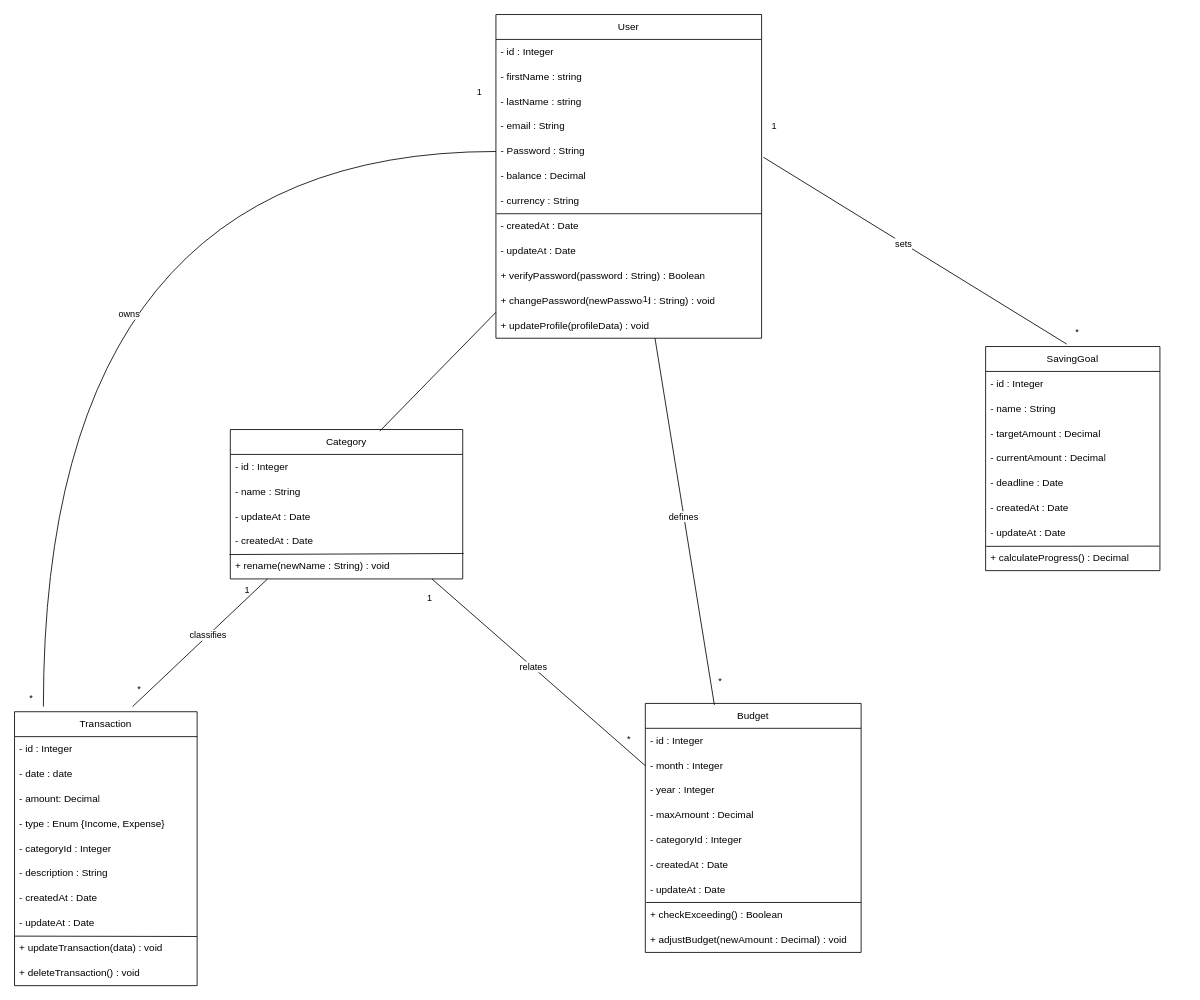
Before: Diagrammes UML/Diagramme de classes.dio in jaafarhamza/FinTrack, a draw.io diagram. Source tidied: cells renumbered, new cells numbered last; positions are measured from the earlier drawing's top-left corner, leaving out a move shared by most shapes. Both pictures are drawn from the tidied source at 83%, with x=0, y=0 at pixel (14, 14).
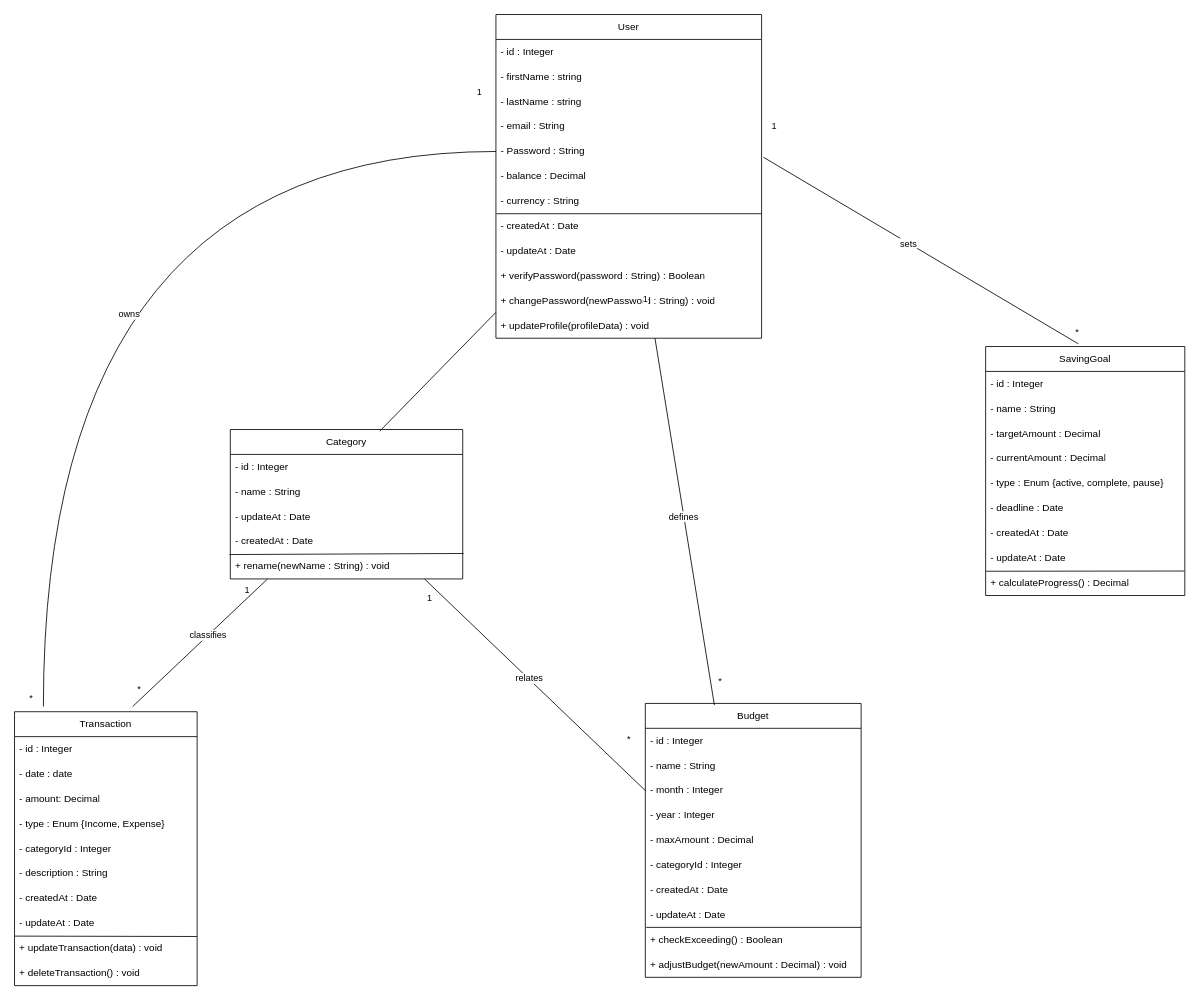
The same diagram, later.

The change refers to these unchanged cells:
```xml
<mxCell id="16" value="Category" style="swimlane;fontStyle=0;horizontal=1;startSize=30;whiteSpace=wrap;html=1;" parent="1" vertex="1">
  <mxGeometry x="260" y="500" width="280" height="180" as="geometry" />
</mxCell>
```

What changed in the source:
```diff
@@
-    <mxCell id="18" value="- name : String" style="text;strokeColor=none;fillColor=none;align=left;verticalAlign=middle;spacingLeft=4;spacingRight=4;overflow=hidden;whiteSpace=wrap;html=1;" parent="16" vertex="1">
-      <mxGeometry y="60" width="280" height="30" as="geometry" />
-    </mxCell>
+    <mxCell id="77" value="- name : String" style="text;strokeColor=none;fillColor=none;align=left;verticalAlign=middle;spacingLeft=4;spacingRight=4;overflow=hidden;whiteSpace=wrap;html=1;" parent="16" vertex="1">
+      <mxGeometry y="60" width="280" height="30" as="geometry" />
+    </mxCell>
@@
     <mxCell id="35" value="Budget" style="swimlane;fontStyle=0;horizontal=1;startSize=30;whiteSpace=wrap;html=1;" parent="1" vertex="1">
-      <mxGeometry x="760" y="830" width="260" height="300" as="geometry" />
+      <mxGeometry x="760" y="830" width="260" height="330" as="geometry" />
     </mxCell>
@@
+    <mxCell id="18" value="- name : String" style="text;strokeColor=none;fillColor=none;align=left;verticalAlign=middle;spacingLeft=4;spacingRight=4;overflow=hidden;whiteSpace=wrap;html=1;" parent="35" vertex="1">
+      <mxGeometry y="60" width="260" height="30" as="geometry" />
+    </mxCell>
     <mxCell id="37" value="- month : Integer" style="text;strokeColor=none;fillColor=none;align=left;verticalAlign=middle;spacingLeft=4;spacingRight=4;overflow=hidden;points=[[0,0.5],[1,0.5]];portConstraint=eastwest;whiteSpace=wrap;html=1;" parent="35" vertex="1">
-      <mxGeometry y="60" width="260" height="30" as="geometry" />
+      <mxGeometry y="90" width="260" height="30" as="geometry" />
     </mxCell>
     <mxCell id="38" value="- year : Integer" style="text;strokeColor=none;fillColor=none;align=left;verticalAlign=middle;spacingLeft=4;spacingRight=4;overflow=hidden;whiteSpace=wrap;html=1;" parent="35" vertex="1">
-      <mxGeometry y="90" width="260" height="30" as="geometry" />
+      <mxGeometry y="120" width="260" height="30" as="geometry" />
     </mxCell>
     <mxCell id="39" value="- maxAmount : Decimal" style="text;strokeColor=none;fillColor=none;align=left;verticalAlign=middle;spacingLeft=4;spacingRight=4;overflow=hidden;whiteSpace=wrap;html=1;" parent="35" vertex="1">
-      <mxGeometry y="120" width="260" height="30" as="geometry" />
+      <mxGeometry y="150" width="260" height="30" as="geometry" />
     </mxCell>
     <mxCell id="40" value="- categoryId : Integer" style="text;strokeColor=none;fillColor=none;align=left;verticalAlign=middle;spacingLeft=4;spacingRight=4;overflow=hidden;whiteSpace=wrap;html=1;" parent="35" vertex="1">
-      <mxGeometry y="150" width="260" height="30" as="geometry" />
+      <mxGeometry y="180" width="260" height="30" as="geometry" />
     </mxCell>
     <mxCell id="41" value="- createdAt : Date" style="text;strokeColor=none;fillColor=none;align=left;verticalAlign=middle;spacingLeft=4;spacingRight=4;overflow=hidden;whiteSpace=wrap;html=1;" parent="35" vertex="1">
-      <mxGeometry y="180" width="260" height="30" as="geometry" />
+      <mxGeometry y="210" width="260" height="30" as="geometry" />
     </mxCell>
     <mxCell id="42" value="- updateAt : Date" style="text;strokeColor=none;fillColor=none;align=left;verticalAlign=middle;spacingLeft=4;spacingRight=4;overflow=hidden;whiteSpace=wrap;html=1;" parent="35" vertex="1">
-      <mxGeometry y="210" width="260" height="30" as="geometry" />
+      <mxGeometry y="240" width="260" height="30" as="geometry" />
     </mxCell>
     <mxCell id="43" value="+ checkExceeding() : Boolean" style="text;strokeColor=none;fillColor=none;align=left;verticalAlign=middle;spacingLeft=4;spacingRight=4;overflow=hidden;points=[[0,0.5],[1,0.5]];portConstraint=eastwest;whiteSpace=wrap;html=1;" parent="35" vertex="1">
-      <mxGeometry y="240" width="260" height="30" as="geometry" />
+      <mxGeometry y="270" width="260" height="30" as="geometry" />
     </mxCell>
     <mxCell id="44" value="+ adjustBudget(newAmount : Decimal) : void" style="text;strokeColor=none;fillColor=none;align=left;verticalAlign=middle;spacingLeft=4;spacingRight=4;overflow=hidden;whiteSpace=wrap;html=1;" parent="35" vertex="1">
-      <mxGeometry y="270" width="260" height="30" as="geometry" />
+      <mxGeometry y="300" width="260" height="30" as="geometry" />
     </mxCell>
@@
     <mxCell id="46" value="SavingGoal" style="swimlane;fontStyle=0;horizontal=1;startSize=30;whiteSpace=wrap;html=1;" parent="1" vertex="1">
-      <mxGeometry x="1170" y="400" width="210" height="270" as="geometry" />
+      <mxGeometry x="1170" y="400" width="240" height="300" as="geometry" />
     </mxCell>
     <mxCell id="47" value="- id : Integer" style="text;strokeColor=none;fillColor=none;align=left;verticalAlign=middle;spacingLeft=4;spacingRight=4;overflow=hidden;whiteSpace=wrap;html=1;" parent="46" vertex="1">
-      <mxGeometry y="30" width="210" height="30" as="geometry" />
+      <mxGeometry y="30" width="240" height="30" as="geometry" />
     </mxCell>
     <mxCell id="48" value="- name : String" style="text;strokeColor=none;fillColor=none;align=left;verticalAlign=middle;spacingLeft=4;spacingRight=4;overflow=hidden;whiteSpace=wrap;html=1;" parent="46" vertex="1">
-      <mxGeometry y="60" width="210" height="30" as="geometry" />
+      <mxGeometry y="60" width="240" height="30" as="geometry" />
     </mxCell>
     <mxCell id="49" value="- targetAmount : Decimal" style="text;strokeColor=none;fillColor=none;align=left;verticalAlign=middle;spacingLeft=4;spacingRight=4;overflow=hidden;whiteSpace=wrap;html=1;" parent="46" vertex="1">
-      <mxGeometry y="90" width="210" height="30" as="geometry" />
+      <mxGeometry y="90" width="240" height="30" as="geometry" />
     </mxCell>
     <mxCell id="50" value="- currentAmount : Decimal" style="text;strokeColor=none;fillColor=none;align=left;verticalAlign=middle;spacingLeft=4;spacingRight=4;overflow=hidden;whiteSpace=wrap;html=1;" parent="46" vertex="1">
-      <mxGeometry y="120" width="210" height="30" as="geometry" />
+      <mxGeometry y="120" width="240" height="30" as="geometry" />
     </mxCell>
+    <mxCell id="78" value="- type : Enum {active, complete, pause}" style="text;strokeColor=none;fillColor=none;align=left;verticalAlign=middle;spacingLeft=4;spacingRight=4;overflow=hidden;whiteSpace=wrap;html=1;" parent="46" vertex="1">
+      <mxGeometry y="150" width="240" height="30" as="geometry" />
+    </mxCell>
     <mxCell id="51" value="- deadline : Date" style="text;strokeColor=none;fillColor=none;align=left;verticalAlign=middle;spacingLeft=4;spacingRight=4;overflow=hidden;whiteSpace=wrap;html=1;" parent="46" vertex="1">
-      <mxGeometry y="150" width="210" height="30" as="geometry" />
+      <mxGeometry y="180" width="240" height="30" as="geometry" />
     </mxCell>
     <mxCell id="52" value="- createdAt : Date" style="text;strokeColor=none;fillColor=none;align=left;verticalAlign=middle;spacingLeft=4;spacingRight=4;overflow=hidden;whiteSpace=wrap;html=1;" parent="46" vertex="1">
-      <mxGeometry y="180" width="210" height="30" as="geometry" />
+      <mxGeometry y="210" width="240" height="30" as="geometry" />
     </mxCell>
     <mxCell id="53" value="- updateAt : Date" style="text;strokeColor=none;fillColor=none;align=left;verticalAlign=middle;spacingLeft=4;spacingRight=4;overflow=hidden;points=[[0,0.5],[1,0.5]];portConstraint=eastwest;whiteSpace=wrap;html=1;" parent="46" vertex="1">
-      <mxGeometry y="210" width="210" height="30" as="geometry" />
+      <mxGeometry y="240" width="240" height="30" as="geometry" />
     </mxCell>
     <mxCell id="54" value="+ calculateProgress() : Decimal" style="text;strokeColor=none;fillColor=none;align=left;verticalAlign=middle;spacingLeft=4;spacingRight=4;overflow=hidden;whiteSpace=wrap;html=1;" parent="46" vertex="1">
-      <mxGeometry y="240" width="210" height="30" as="geometry" />
+      <mxGeometry y="270" width="240" height="30" as="geometry" />
     </mxCell>
```
